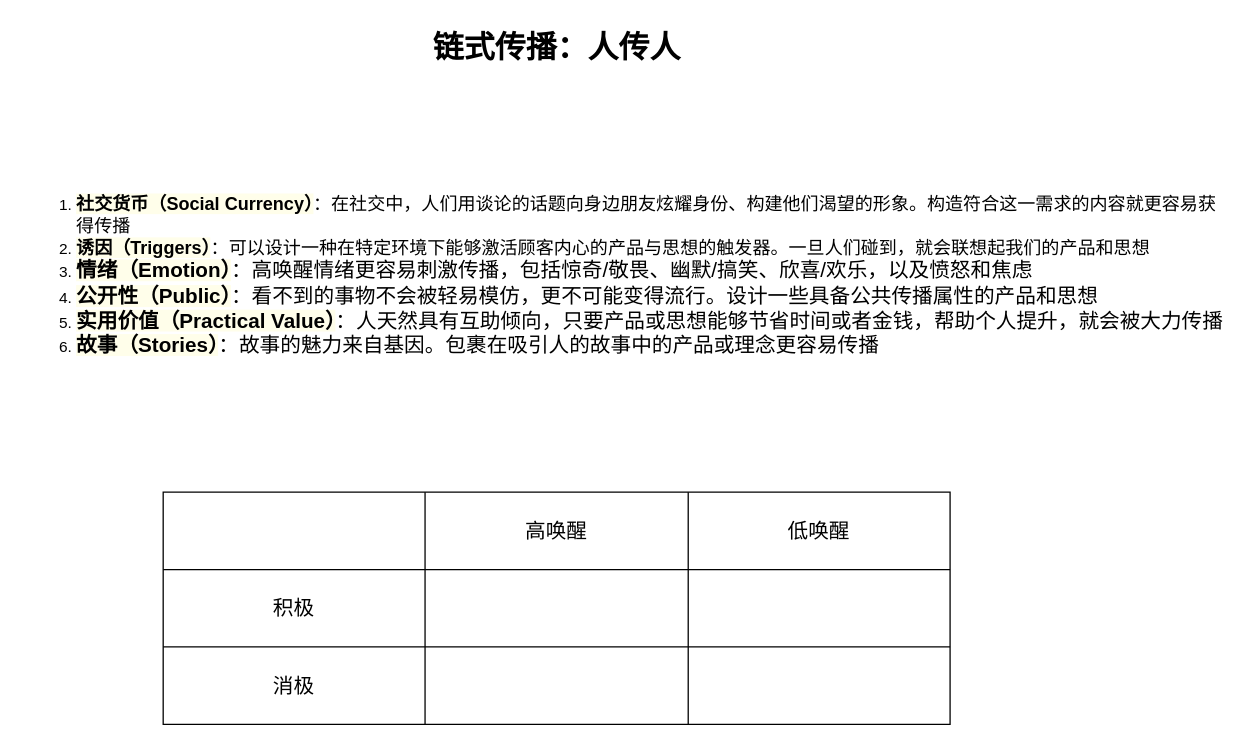
Earlier version of the draw.io diagram 未命名绘图.drawio (ywdlucking/uml). Source tidied: cells renumbered, new cells numbered last; positions are measured from the earlier drawing's top-left corner, leaving out a move shared by most shapes. Both pictures are drawn from the tidied source at 129%, with x=0, y=0 at pixel (22, 22).
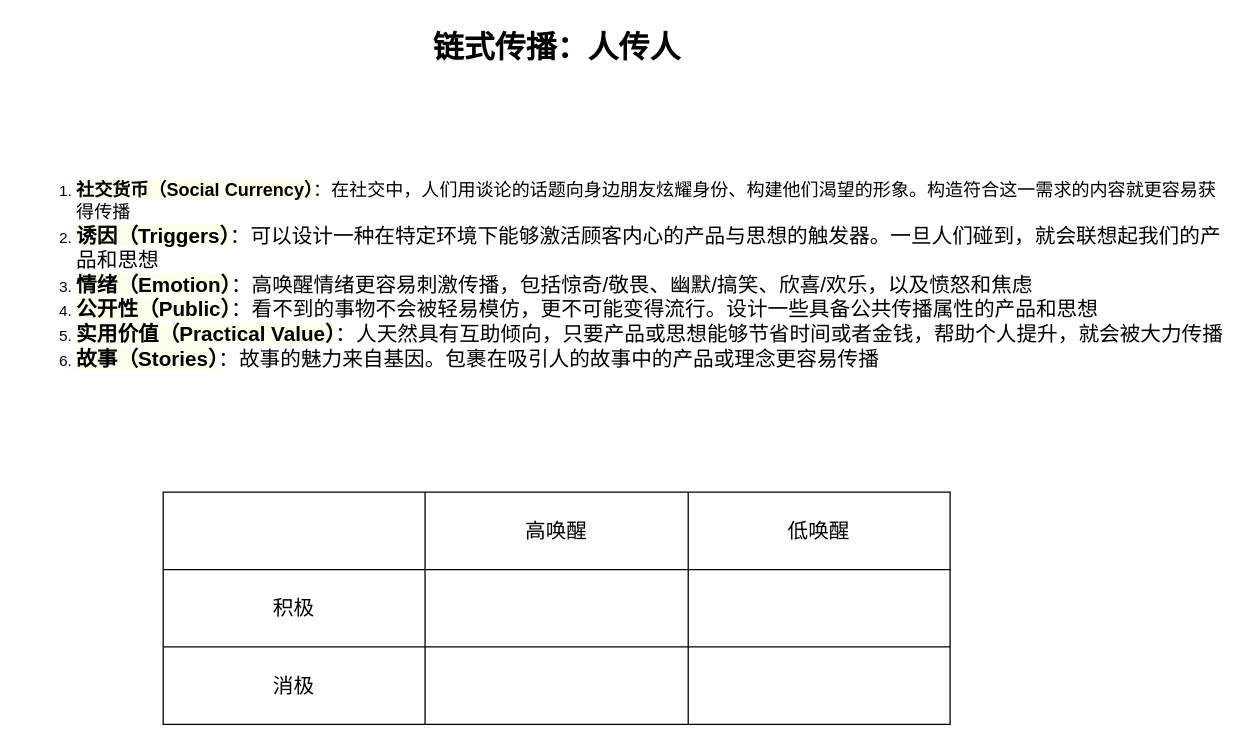
Above is the later version.

Change to the diagram source:
```diff
@@
 <mxGraphModel>
   <root>
     <mxCell id="0" />
     <mxCell id="1" parent="0" />
     <mxCell id="2" style="shape=table;startSize=0;childLayout=tableLayout;fontSize=16;" parent="1" vertex="1">
       <mxGeometry x="109" y="364" width="610" height="180" as="geometry" />
     </mxCell>
     <mxCell id="3" style="shape=tableRow;horizontal=0;startSize=0;swimlaneHead=0;swimlaneBody=0;strokeColor=inherit;top=0;left=0;bottom=0;right=0;fillColor=none;fontSize=16;" parent="2" vertex="1">
       <mxGeometry width="610" height="60" as="geometry" />
     </mxCell>
     <mxCell id="4" style="shape=partialRectangle;html=1;whiteSpace=wrap;strokeColor=inherit;overflow=hidden;fillColor=none;top=0;left=0;bottom=0;right=0;fontSize=16;" parent="3" vertex="1">
       <mxGeometry width="203" height="60" as="geometry" />
     </mxCell>
     <mxCell id="5" value="高唤醒" style="shape=partialRectangle;html=1;whiteSpace=wrap;strokeColor=inherit;overflow=hidden;fillColor=none;top=0;left=0;bottom=0;right=0;fontSize=16;" parent="3" vertex="1">
       <mxGeometry x="203" width="204" height="60" as="geometry" />
     </mxCell>
     <mxCell id="6" value="低唤醒" style="shape=partialRectangle;html=1;whiteSpace=wrap;strokeColor=inherit;overflow=hidden;fillColor=none;top=0;left=0;bottom=0;right=0;fontSize=16;" parent="3" vertex="1">
       <mxGeometry x="407" width="203" height="60" as="geometry" />
     </mxCell>
     <mxCell id="7" style="shape=tableRow;horizontal=0;startSize=0;swimlaneHead=0;swimlaneBody=0;strokeColor=inherit;top=0;left=0;bottom=0;right=0;fillColor=none;fontSize=16;" parent="2" vertex="1">
       <mxGeometry y="60" width="610" height="60" as="geometry" />
     </mxCell>
     <mxCell id="8" value="积极" style="shape=partialRectangle;html=1;whiteSpace=wrap;strokeColor=inherit;overflow=hidden;fillColor=none;top=0;left=0;bottom=0;right=0;fontSize=16;" parent="7" vertex="1">
       <mxGeometry width="203" height="60" as="geometry" />
     </mxCell>
     <mxCell id="9" style="shape=partialRectangle;html=1;whiteSpace=wrap;strokeColor=inherit;overflow=hidden;fillColor=none;top=0;left=0;bottom=0;right=0;fontSize=16;" parent="7" vertex="1">
       <mxGeometry x="203" width="204" height="60" as="geometry" />
     </mxCell>
     <mxCell id="10" style="shape=partialRectangle;html=1;whiteSpace=wrap;strokeColor=inherit;overflow=hidden;fillColor=none;top=0;left=0;bottom=0;right=0;fontSize=16;" parent="7" vertex="1">
       <mxGeometry x="407" width="203" height="60" as="geometry" />
     </mxCell>
     <mxCell id="11" style="shape=tableRow;horizontal=0;startSize=0;swimlaneHead=0;swimlaneBody=0;strokeColor=inherit;top=0;left=0;bottom=0;right=0;fillColor=none;fontSize=16;" parent="2" vertex="1">
       <mxGeometry y="120" width="610" height="60" as="geometry" />
     </mxCell>
     <mxCell id="12" value="消极" style="shape=partialRectangle;html=1;whiteSpace=wrap;strokeColor=inherit;overflow=hidden;fillColor=none;top=0;left=0;bottom=0;right=0;fontSize=16;" parent="11" vertex="1">
       <mxGeometry width="203" height="60" as="geometry" />
     </mxCell>
     <mxCell id="13" style="shape=partialRectangle;html=1;whiteSpace=wrap;strokeColor=inherit;overflow=hidden;fillColor=none;top=0;left=0;bottom=0;right=0;fontSize=16;" parent="11" vertex="1">
       <mxGeometry x="203" width="204" height="60" as="geometry" />
     </mxCell>
     <mxCell id="14" style="shape=partialRectangle;html=1;whiteSpace=wrap;strokeColor=inherit;overflow=hidden;fillColor=none;top=0;left=0;bottom=0;right=0;fontSize=16;" parent="11" vertex="1">
       <mxGeometry x="407" width="203" height="60" as="geometry" />
     </mxCell>
     <mxCell id="15" value="链式传播：人传人" style="text;strokeColor=none;fillColor=none;html=1;fontSize=24;fontStyle=1;verticalAlign=middle;align=center;" parent="1" vertex="1">
       <mxGeometry x="364" width="100" height="40" as="geometry" />
     </mxCell>
-    <mxCell id="16" value="&lt;ol&gt;&lt;li style=&quot;box-sizing: border-box;&quot;&gt;&lt;font style=&quot;font-size: 14px;&quot;&gt;&lt;span style=&quot;box-sizing: border-box; font-weight: bolder; background-color: rgba(255, 254, 213, 0.5);&quot;&gt;社交货币（Social Currency）&lt;/span&gt;：在社交中，人们用谈论的话题向身边朋友炫耀身份、构建他们渴望的形象。构造符合这一需求的内容就更容易获得传播&lt;/font&gt;&lt;/li&gt;&lt;li style=&quot;box-sizing: border-box;&quot;&gt;&lt;font style=&quot;font-size: 14px;&quot;&gt;&lt;span style=&quot;box-sizing: border-box; font-weight: bolder; background-color: rgba(255, 254, 213, 0.5);&quot;&gt;诱因（Triggers）&lt;/span&gt;：可以设计一种在特定环境下能够激活顾客内心的产品与思想的触发器。一旦人们碰到，就会联想起我们的产品和思想&lt;/font&gt;&lt;/li&gt;&lt;li style=&quot;box-sizing: border-box;&quot;&gt;&lt;font size=&quot;3&quot;&gt;&lt;span style=&quot;box-sizing: border-box; font-weight: bolder; background-color: rgba(255, 254, 213, 0.5);&quot;&gt;情绪（Emotion）&lt;/span&gt;：高唤醒情绪更容易刺激传播，包括惊奇/敬畏、幽默/搞笑、欣喜/欢乐，以及愤怒和焦虑&lt;/font&gt;&lt;/li&gt;&lt;li style=&quot;box-sizing: border-box;&quot;&gt;&lt;font size=&quot;3&quot;&gt;&lt;span style=&quot;box-sizing: border-box; font-weight: bolder; background-color: rgba(255, 254, 213, 0.5);&quot;&gt;公开性（Public）&lt;/span&gt;：看不到的事物不会被轻易模仿，更不可能变得流行。设计一些具备公共传播属性的产品和思想&lt;/font&gt;&lt;/li&gt;&lt;li style=&quot;box-sizing: border-box;&quot;&gt;&lt;font size=&quot;3&quot;&gt;&lt;span style=&quot;box-sizing: border-box; font-weight: bolder; background-color: rgba(255, 254, 213, 0.5);&quot;&gt;实用价值（Practical Value）&lt;/span&gt;：人天然具有互助倾向，只要产品或思想能够节省时间或者金钱，帮助个人提升，就会被大力传播&lt;/font&gt;&lt;/li&gt;&lt;li style=&quot;box-sizing: border-box;&quot;&gt;&lt;font size=&quot;3&quot;&gt;&lt;span style=&quot;box-sizing: border-box; font-weight: bolder; background-color: rgba(255, 254, 213, 0.5);&quot;&gt;故事（Stories）&lt;/span&gt;：故事的魅力来自基因。包裹在吸引人的故事中的产品或理念更容易传播&lt;/font&gt;&lt;/li&gt;&lt;/ol&gt;" style="text;strokeColor=none;fillColor=none;html=1;whiteSpace=wrap;verticalAlign=middle;overflow=hidden;" parent="1" vertex="1">
+    <mxCell id="16" value="&lt;ol&gt;&lt;li style=&quot;box-sizing: border-box;&quot;&gt;&lt;font style=&quot;font-size: 14px;&quot;&gt;&lt;span style=&quot;box-sizing: border-box; font-weight: bolder; background-color: rgba(255, 254, 213, 0.5);&quot;&gt;社交货币（Social Currency）&lt;/span&gt;：在社交中，人们用谈论的话题向身边朋友炫耀身份、构建他们渴望的形象。构造符合这一需求的内容就更容易获得传播&lt;/font&gt;&lt;/li&gt;&lt;li style=&quot;box-sizing: border-box;&quot;&gt;&lt;font size=&quot;3&quot; style=&quot;&quot;&gt;&lt;span style=&quot;box-sizing: border-box; font-weight: bolder; background-color: rgba(255, 254, 213, 0.5);&quot;&gt;诱因（Triggers）&lt;/span&gt;：可以设计一种在特定环境下能够激活顾客内心的产品与思想的触发器。一旦人们碰到，就会联想起我们的产品和思想&lt;/font&gt;&lt;/li&gt;&lt;li style=&quot;box-sizing: border-box;&quot;&gt;&lt;font size=&quot;3&quot;&gt;&lt;span style=&quot;box-sizing: border-box; font-weight: bolder; background-color: rgba(255, 254, 213, 0.5);&quot;&gt;情绪（Emotion）&lt;/span&gt;：高唤醒情绪更容易刺激传播，包括惊奇/敬畏、幽默/搞笑、欣喜/欢乐，以及愤怒和焦虑&lt;/font&gt;&lt;/li&gt;&lt;li style=&quot;box-sizing: border-box;&quot;&gt;&lt;font size=&quot;3&quot;&gt;&lt;span style=&quot;box-sizing: border-box; font-weight: bolder; background-color: rgba(255, 254, 213, 0.5);&quot;&gt;公开性（Public）&lt;/span&gt;：看不到的事物不会被轻易模仿，更不可能变得流行。设计一些具备公共传播属性的产品和思想&lt;/font&gt;&lt;/li&gt;&lt;li style=&quot;box-sizing: border-box;&quot;&gt;&lt;font size=&quot;3&quot;&gt;&lt;span style=&quot;box-sizing: border-box; font-weight: bolder; background-color: rgba(255, 254, 213, 0.5);&quot;&gt;实用价值（Practical Value）&lt;/span&gt;：人天然具有互助倾向，只要产品或思想能够节省时间或者金钱，帮助个人提升，就会被大力传播&lt;/font&gt;&lt;/li&gt;&lt;li style=&quot;box-sizing: border-box;&quot;&gt;&lt;font size=&quot;3&quot;&gt;&lt;span style=&quot;box-sizing: border-box; font-weight: bolder; background-color: rgba(255, 254, 213, 0.5);&quot;&gt;故事（Stories）&lt;/span&gt;：故事的魅力来自基因。包裹在吸引人的故事中的产品或理念更容易传播&lt;/font&gt;&lt;/li&gt;&lt;/ol&gt;" style="text;strokeColor=none;fillColor=none;html=1;whiteSpace=wrap;verticalAlign=middle;overflow=hidden;" parent="1" vertex="1">
       <mxGeometry y="84" width="938" height="224" as="geometry" />
     </mxCell>
   </root>
 </mxGraphModel>
```
